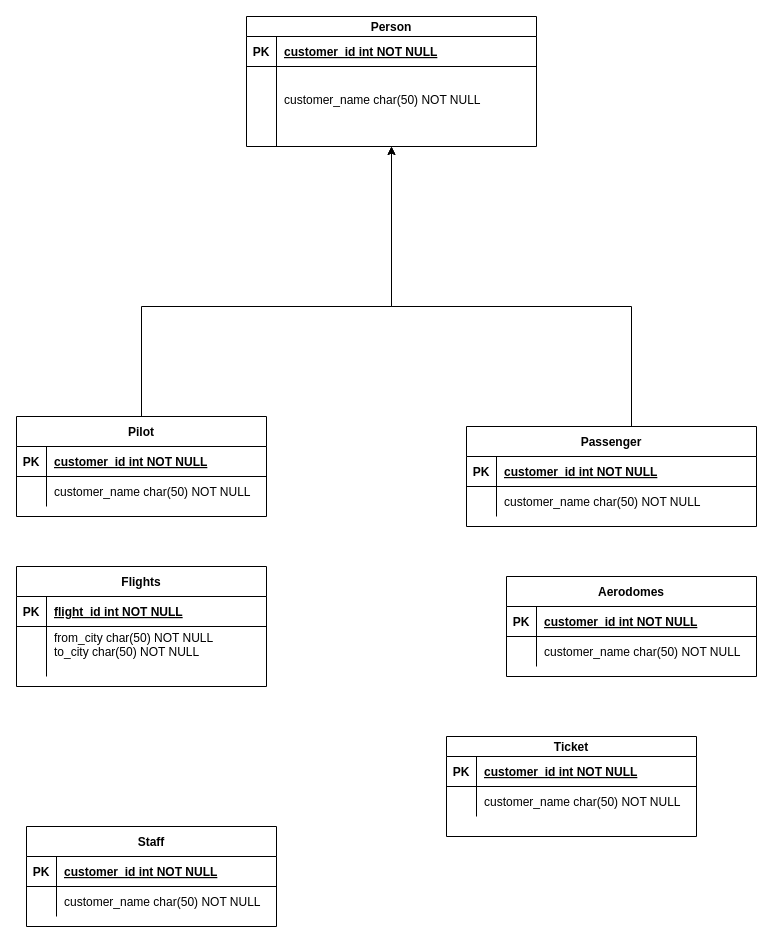
This is Database.drawio from adarsh-kishore786/IT252-Project, a draw.io file, before an edit. Source tidied: cells renumbered, new cells numbered last; positions are measured from the earlier drawing's top-left corner, leaving out a move shared by most shapes. Both pictures are drawn from the tidied source at 100%, with x=0, y=0 at pixel (16, 16).
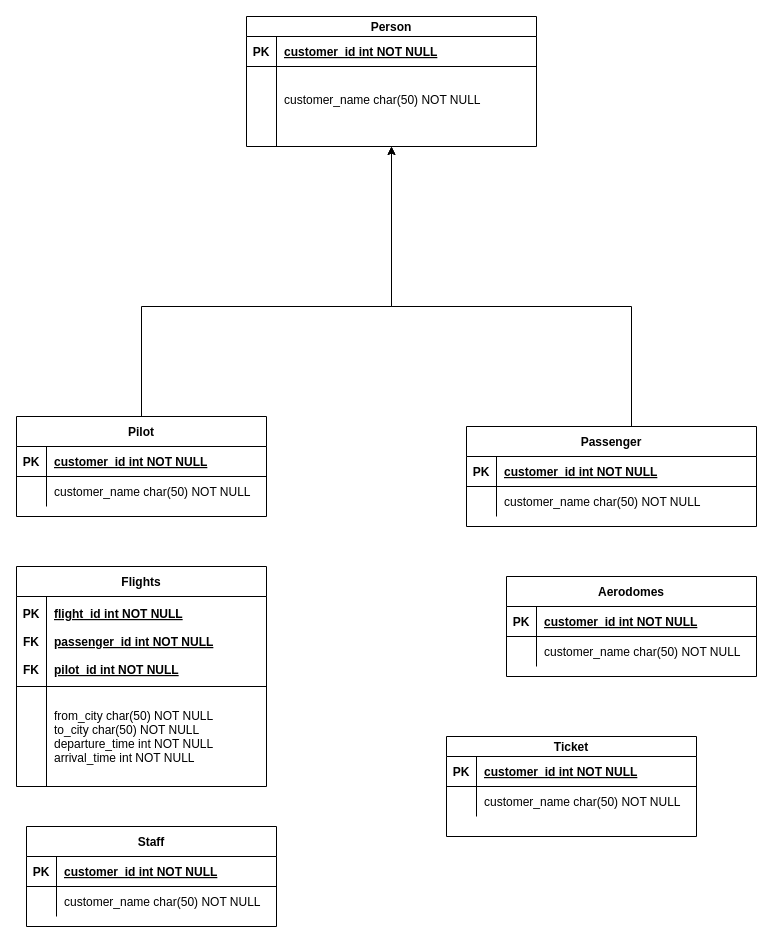
The same diagram, later.

Commit message:
added to Flight table

Change to the diagram source:
```diff
@@
     <mxCell id="32" value="Flights" style="shape=table;startSize=30;childLayout=tableLayout;rowLines=0;fontStyle=1;align=center;" parent="1" vertex="1">
-      <mxGeometry y="550" width="250" height="120" as="geometry" />
+      <mxGeometry y="550" width="250" height="220" as="geometry" />
     </mxCell>
     <mxCell id="33" style="shape=partialRectangle;fillColor=none;top=0;left=0;right=0;bottom=1;" parent="32" vertex="1">
-      <mxGeometry y="30" width="250" height="30" as="geometry" />
+      <mxGeometry y="30" width="250" height="90" as="geometry" />
     </mxCell>
-    <mxCell id="34" value="PK" style="shape=partialRectangle;overflow=hidden;fillColor=none;top=0;left=0;bottom=0;right=0;fontStyle=1;" parent="33" vertex="1">
-      <mxGeometry width="30" height="30" as="geometry" />
+    <mxCell id="34" value="PK&#10;&#10;FK&#10;&#10;FK" style="shape=partialRectangle;overflow=hidden;fillColor=none;top=0;left=0;bottom=0;right=0;fontStyle=1;" parent="33" vertex="1">
+      <mxGeometry width="30" height="90" as="geometry" />
     </mxCell>
-    <mxCell id="35" value="flight_id int NOT NULL " style="shape=partialRectangle;overflow=hidden;fillColor=none;top=0;left=0;bottom=0;right=0;align=left;spacingLeft=6;fontStyle=5;" parent="33" vertex="1">
-      <mxGeometry x="30" width="220" height="30" as="geometry" />
+    <mxCell id="35" value="flight_id int NOT NULL &#10;&#10;passenger_id int NOT NULL&#10;&#10;pilot_id int NOT NULL" style="shape=partialRectangle;overflow=hidden;fillColor=none;top=0;left=0;bottom=0;right=0;align=left;spacingLeft=6;fontStyle=5;" parent="33" vertex="1">
+      <mxGeometry x="30" width="220" height="90" as="geometry" />
     </mxCell>
     <mxCell id="36" style="shape=partialRectangle;fillColor=none;top=0;left=0;right=0;bottom=0;" parent="32" vertex="1">
-      <mxGeometry y="60" width="250" height="50" as="geometry" />
+      <mxGeometry y="120" width="250" height="100" as="geometry" />
     </mxCell>
     <mxCell id="37" style="shape=partialRectangle;overflow=hidden;fillColor=none;top=0;left=0;bottom=0;right=0;" parent="36" vertex="1">
-      <mxGeometry width="30" height="50" as="geometry" />
+      <mxGeometry width="30" height="100" as="geometry" />
     </mxCell>
-    <mxCell id="38" value="from_city char(50) NOT NULL&#10;to_city char(50) NOT NULL&#10;" style="shape=partialRectangle;overflow=hidden;fillColor=none;top=0;left=0;bottom=0;right=0;align=left;spacingLeft=6;" parent="36" vertex="1">
-      <mxGeometry x="30" width="220" height="50" as="geometry" />
+    <mxCell id="38" value="from_city char(50) NOT NULL&#10;to_city char(50) NOT NULL&#10;departure_time int NOT NULL&#10;arrival_time int NOT NULL" style="shape=partialRectangle;overflow=hidden;fillColor=none;top=0;left=0;bottom=0;right=0;align=left;spacingLeft=6;" parent="36" vertex="1">
+      <mxGeometry x="30" width="220" height="100" as="geometry" />
     </mxCell>
```
